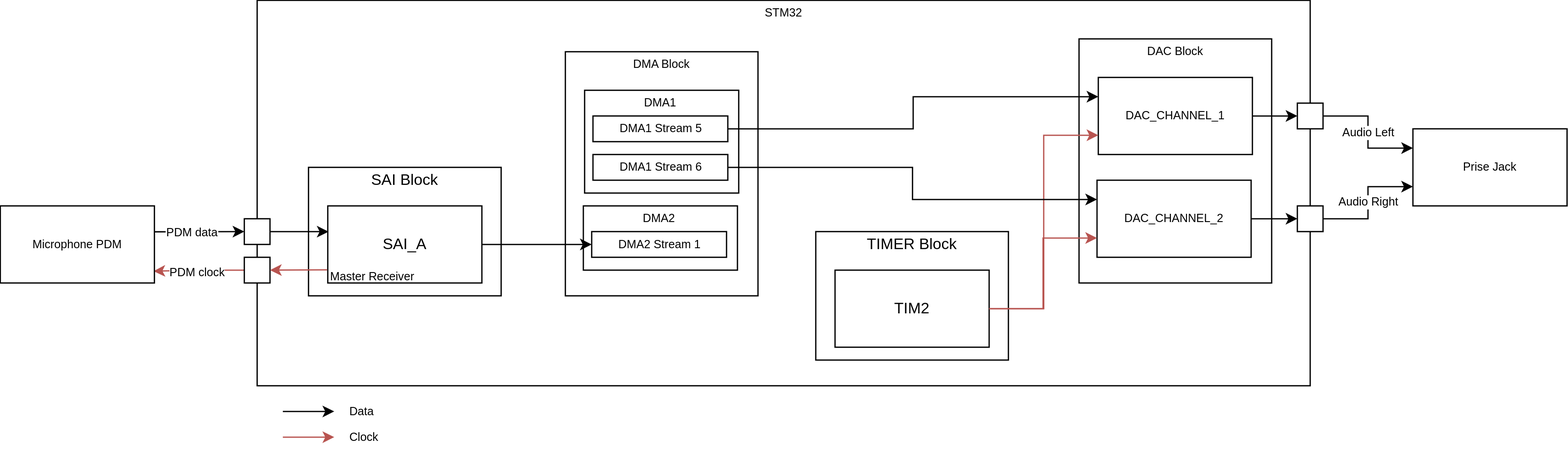
Earlier version of the draw.io export 00_Documentation/imgs/03_Embedding/direct_output/block_diagram.svg (piwithy/stm32pdm). Source tidied: cells renumbered, new cells last; positions are measured from the earlier drawing's top-left corner, leaving out a move shared by most shapes.
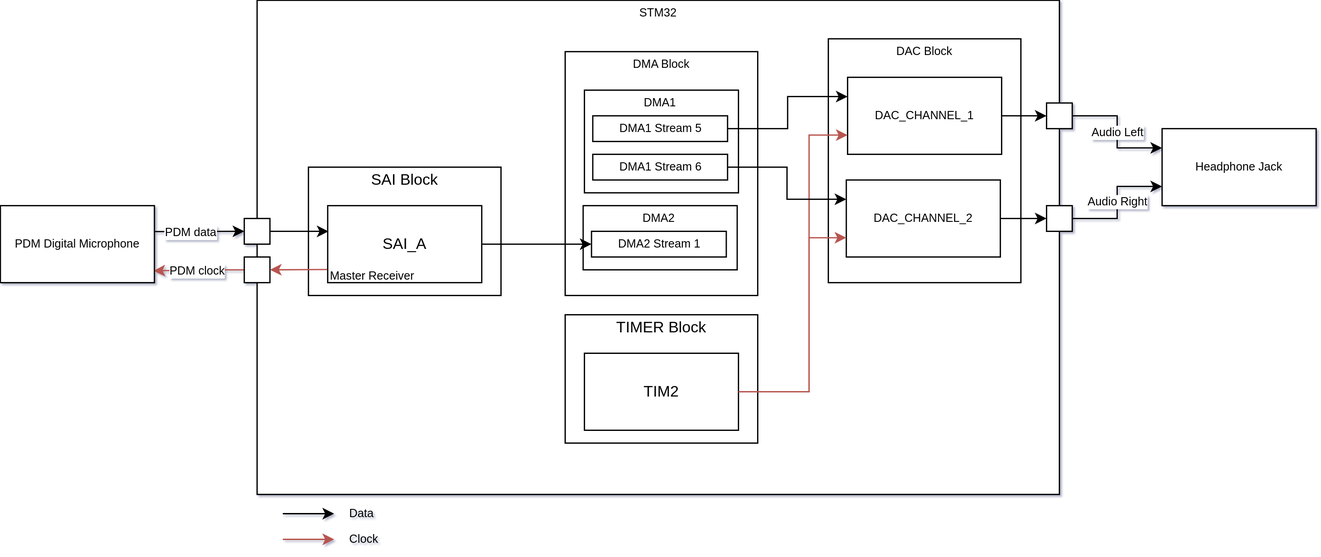
Above is the later version.

Diff of the diagram source:
```diff
@@ -2,15 +2,15 @@
   <root>
     <mxCell id="0" />
     <mxCell id="1" parent="0" />
-    <mxCell id="2" style="rounded=0;whiteSpace=wrap;html=1;fontSize=9;align=center;" parent="1" vertex="1">
-      <mxGeometry x="200" width="820" height="300" as="geometry" />
-    </mxCell>
+    <mxCell id="53" style="rounded=0;whiteSpace=wrap;html=1;fontSize=9;align=center;" parent="1" vertex="1">
+      <mxGeometry x="200" width="625" height="385" as="geometry" />
+    </mxCell>
     <mxCell id="3" style="group;" parent="1" vertex="1">
       <mxGeometry x="240" y="130" width="150" height="100" as="geometry" />
     </mxCell>
-    <mxCell id="4" style="rounded=0;whiteSpace=wrap;html=1;" parent="3" vertex="1">
-      <mxGeometry width="150" height="100" as="geometry" />
-    </mxCell>
+    <mxCell id="54" style="rounded=0;whiteSpace=wrap;html=1;" parent="3" vertex="1">
+      <mxGeometry width="150" height="100" as="geometry" />
+    </mxCell>
     <mxCell id="5" value="SAI Block" style="text;html=1;strokeColor=none;fillColor=none;align=center;verticalAlign=middle;whiteSpace=wrap;rounded=0;" parent="3" vertex="1">
       <mxGeometry width="150" height="20" as="geometry" />
     </mxCell>
@@ -20,39 +20,39 @@
     <mxCell id="7" value="Master Receiver" style="text;html=1;strokeColor=none;fillColor=none;align=left;verticalAlign=middle;whiteSpace=wrap;rounded=0;fontSize=9;" parent="3" vertex="1">
       <mxGeometry x="15" y="80" width="75" height="10" as="geometry" />
     </mxCell>
-    <mxCell id="8" style="group;" parent="1" vertex="1">
-      <mxGeometry x="840" y="30" width="150" height="190" as="geometry" />
-    </mxCell>
-    <mxCell id="9" style="rounded=0;whiteSpace=wrap;html=1;fontSize=9;align=left;" parent="8" vertex="1">
-      <mxGeometry width="150" height="190" as="geometry" />
-    </mxCell>
+    <mxCell id="55" style="group;" parent="1" vertex="1">
+      <mxGeometry x="645" y="30" width="150" height="190" as="geometry" />
+    </mxCell>
+    <mxCell id="56" style="rounded=0;whiteSpace=wrap;html=1;fontSize=9;align=left;" parent="55" vertex="1">
+      <mxGeometry width="150" height="190" as="geometry" />
+    </mxCell>
-    <mxCell id="10" value="DAC_CHANNEL_1" style="rounded=0;whiteSpace=wrap;html=1;fontSize=9;align=center;" parent="8" vertex="1">
+    <mxCell id="10" value="DAC_CHANNEL_1" style="rounded=0;whiteSpace=wrap;html=1;fontSize=9;align=center;" parent="55" vertex="1">
       <mxGeometry x="15" y="30" width="120" height="60" as="geometry" />
     </mxCell>
-    <mxCell id="11" value="DAC Block" style="text;html=1;strokeColor=none;fillColor=none;align=center;verticalAlign=middle;whiteSpace=wrap;rounded=0;fontSize=9;" parent="8" vertex="1">
+    <mxCell id="11" value="DAC Block" style="text;html=1;strokeColor=none;fillColor=none;align=center;verticalAlign=middle;whiteSpace=wrap;rounded=0;fontSize=9;" parent="55" vertex="1">
       <mxGeometry width="150" height="20" as="geometry" />
     </mxCell>
-    <mxCell id="12" value="DAC_CHANNEL_2" style="rounded=0;whiteSpace=wrap;html=1;fontSize=9;align=center;" parent="8" vertex="1">
+    <mxCell id="12" value="DAC_CHANNEL_2" style="rounded=0;whiteSpace=wrap;html=1;fontSize=9;align=center;" parent="55" vertex="1">
       <mxGeometry x="14" y="110" width="120" height="60" as="geometry" />
     </mxCell>
-    <mxCell id="13" style="group;" parent="1" vertex="1">
-      <mxGeometry x="635" y="180" width="150" height="100" as="geometry" />
-    </mxCell>
-    <mxCell id="14" style="rounded=0;whiteSpace=wrap;html=1;" parent="13" vertex="1">
-      <mxGeometry width="150" height="100" as="geometry" />
-    </mxCell>
+    <mxCell id="57" style="group;" parent="1" vertex="1">
+      <mxGeometry x="440" y="245" width="150" height="100" as="geometry" />
+    </mxCell>
+    <mxCell id="58" style="rounded=0;whiteSpace=wrap;html=1;" parent="57" vertex="1">
+      <mxGeometry width="150" height="100" as="geometry" />
+    </mxCell>
-    <mxCell id="15" value="TIMER Block" style="text;html=1;strokeColor=none;fillColor=none;align=center;verticalAlign=middle;whiteSpace=wrap;rounded=0;" parent="13" vertex="1">
+    <mxCell id="15" value="TIMER Block" style="text;html=1;strokeColor=none;fillColor=none;align=center;verticalAlign=middle;whiteSpace=wrap;rounded=0;" parent="57" vertex="1">
       <mxGeometry width="150" height="20" as="geometry" />
     </mxCell>
-    <mxCell id="16" value="TIM2" style="rounded=0;whiteSpace=wrap;html=1;" parent="13" vertex="1">
+    <mxCell id="16" value="TIM2" style="rounded=0;whiteSpace=wrap;html=1;" parent="57" vertex="1">
       <mxGeometry x="15" y="30" width="120" height="60" as="geometry" />
     </mxCell>
     <mxCell id="17" style="group;align=center;" parent="1" vertex="1">
       <mxGeometry x="440" y="40" width="150" height="200" as="geometry" />
     </mxCell>
-    <mxCell id="18" style="rounded=0;whiteSpace=wrap;html=1;fontSize=9;align=left;" parent="17" vertex="1">
-      <mxGeometry width="150" height="190" as="geometry" />
-    </mxCell>
+    <mxCell id="59" style="rounded=0;whiteSpace=wrap;html=1;fontSize=9;align=left;" parent="17" vertex="1">
+      <mxGeometry width="150" height="190" as="geometry" />
+    </mxCell>
     <mxCell id="19" style="rounded=0;whiteSpace=wrap;html=1;fontSize=9;align=center;" parent="17" vertex="1">
       <mxGeometry x="15" y="30" width="120" height="80" as="geometry" />
     </mxCell>
@@ -83,22 +83,22 @@
     <mxCell id="28" style="rounded=0;whiteSpace=wrap;html=1;fontSize=9;align=center;" parent="1" vertex="1">
       <mxGeometry x="190" y="170" width="20" height="20" as="geometry" />
     </mxCell>
-    <mxCell id="29" style="edgeStyle=orthogonalEdgeStyle;rounded=0;jettySize=auto;html=1;exitX=0;exitY=0.5;exitDx=0;exitDy=0;entryX=0.994;entryY=0.846;entryDx=0;entryDy=0;entryPerimeter=0;fontSize=9;fillColor=#f8cecc;strokeColor=#b85450;" parent="1" edge="1" source="31" target="32">
-      <mxGeometry relative="1" as="geometry" />
-    </mxCell>
+    <mxCell id="60" style="edgeStyle=orthogonalEdgeStyle;rounded=0;jettySize=auto;html=1;exitX=0;exitY=0.5;exitDx=0;exitDy=0;entryX=0.994;entryY=0.846;entryDx=0;entryDy=0;entryPerimeter=0;fontSize=9;fillColor=#f8cecc;strokeColor=#b85450;" parent="1" edge="1" source="31" target="61">
+      <mxGeometry relative="1" as="geometry" />
+    </mxCell>
-    <mxCell id="30" value="PDM clock" style="edgeLabel;html=1;align=center;verticalAlign=middle;fontSize=9;" parent="29" vertex="1">
+    <mxCell id="30" value="PDM clock" style="edgeLabel;html=1;align=center;verticalAlign=middle;fontSize=9;" parent="60" vertex="1">
       <mxGeometry x="0.08" relative="1" as="geometry" />
     </mxCell>
     <mxCell id="31" style="rounded=0;whiteSpace=wrap;html=1;fontSize=9;align=center;" parent="1" vertex="1">
       <mxGeometry x="190" y="200" width="20" height="20" as="geometry" />
     </mxCell>
-    <mxCell id="32" value="Microphone PDM" style="rounded=0;whiteSpace=wrap;html=1;fontSize=9;align=center;" parent="1" vertex="1">
-      <mxGeometry y="160" width="120" height="60" as="geometry" />
-    </mxCell>
-    <mxCell id="33" style="endArrow=classic;html=1;fontSize=9;entryX=0;entryY=0.5;entryDx=0;entryDy=0;exitX=0.999;exitY=0.336;exitDx=0;exitDy=0;exitPerimeter=0;" parent="1" edge="1" source="32" target="28">
-      <mxGeometry relative="1" as="geometry" />
-    </mxCell>
+    <mxCell id="61" value="PDM Digital Microphone" style="rounded=0;whiteSpace=wrap;html=1;fontSize=9;align=center;" parent="1" vertex="1">
+      <mxGeometry y="160" width="120" height="60" as="geometry" />
+    </mxCell>
+    <mxCell id="62" style="endArrow=classic;html=1;fontSize=9;entryX=0;entryY=0.5;entryDx=0;entryDy=0;exitX=0.999;exitY=0.336;exitDx=0;exitDy=0;exitPerimeter=0;" parent="1" edge="1" source="61" target="28">
+      <mxGeometry relative="1" as="geometry" />
+    </mxCell>
-    <mxCell id="34" value="PDM data" style="edgeLabel;html=1;align=center;verticalAlign=middle;fontSize=9;" parent="33" vertex="1">
+    <mxCell id="34" value="PDM data" style="edgeLabel;html=1;align=center;verticalAlign=middle;fontSize=9;" parent="62" vertex="1">
       <mxGeometry x="-0.21" relative="1" as="geometry" />
     </mxCell>
     <mxCell id="35" style="endArrow=classic;html=1;fontSize=9;entryX=1;entryY=0.5;entryDx=0;entryDy=0;exitX=-0.005;exitY=0.829;exitDx=0;exitDy=0;exitPerimeter=0;fillColor=#f8cecc;strokeColor=#b85450;" parent="1" edge="1" source="6" target="31">
@@ -108,58 +108,68 @@
       <mxGeometry relative="1" as="geometry" />
     </mxCell>
     <mxCell id="37" style="edgeStyle=orthogonalEdgeStyle;rounded=0;jettySize=auto;html=1;exitX=1;exitY=0.5;exitDx=0;exitDy=0;entryX=0;entryY=0.75;entryDx=0;entryDy=0;fontSize=9;fillColor=#f8cecc;strokeColor=#b85450;" parent="1" edge="1" source="16" target="10">
-      <mxGeometry relative="1" as="geometry" />
+      <mxGeometry relative="1" as="geometry">
+        <Array as="points">
+          <mxPoint x="630" y="305" />
+          <mxPoint x="630" y="105" />
+        </Array>
+      </mxGeometry>
     </mxCell>
     <mxCell id="38" style="edgeStyle=orthogonalEdgeStyle;rounded=0;jettySize=auto;html=1;exitX=1;exitY=0.5;exitDx=0;exitDy=0;entryX=0;entryY=0.75;entryDx=0;entryDy=0;fontSize=9;fillColor=#f8cecc;strokeColor=#b85450;" parent="1" edge="1" source="16" target="12">
-      <mxGeometry relative="1" as="geometry" />
+      <mxGeometry relative="1" as="geometry">
+        <Array as="points">
+          <mxPoint x="630" y="305" />
+          <mxPoint x="630" y="185" />
+        </Array>
+      </mxGeometry>
     </mxCell>
-    <mxCell id="39" value="Audio Left" style="edgeStyle=orthogonalEdgeStyle;rounded=0;jettySize=auto;html=1;exitX=1;exitY=0.5;exitDx=0;exitDy=0;entryX=0;entryY=0.25;entryDx=0;entryDy=0;fontSize=9;" parent="1" edge="1" source="40" target="46">
+    <mxCell id="39" value="Audio Left" style="edgeStyle=orthogonalEdgeStyle;rounded=0;jettySize=auto;html=1;exitX=1;exitY=0.5;exitDx=0;exitDy=0;entryX=0;entryY=0.25;entryDx=0;entryDy=0;fontSize=9;" parent="1" edge="1" source="63" target="67">
       <mxGeometry relative="1" as="geometry" />
     </mxCell>
-    <mxCell id="40" style="rounded=0;whiteSpace=wrap;html=1;fontSize=9;align=center;" parent="1" vertex="1">
-      <mxGeometry x="1010" y="80" width="20" height="20" as="geometry" />
-    </mxCell>
+    <mxCell id="63" style="rounded=0;whiteSpace=wrap;html=1;fontSize=9;align=center;" parent="1" vertex="1">
+      <mxGeometry x="815" y="80" width="20" height="20" as="geometry" />
+    </mxCell>
-    <mxCell id="41" value="Audio Right" style="edgeStyle=orthogonalEdgeStyle;rounded=0;jettySize=auto;html=1;exitX=1;exitY=0.5;exitDx=0;exitDy=0;entryX=0;entryY=0.75;entryDx=0;entryDy=0;fontSize=9;" parent="1" edge="1" source="42" target="46">
+    <mxCell id="41" value="Audio Right" style="edgeStyle=orthogonalEdgeStyle;rounded=0;jettySize=auto;html=1;exitX=1;exitY=0.5;exitDx=0;exitDy=0;entryX=0;entryY=0.75;entryDx=0;entryDy=0;fontSize=9;" parent="1" edge="1" source="64" target="67">
       <mxGeometry relative="1" as="geometry" />
     </mxCell>
-    <mxCell id="42" style="rounded=0;whiteSpace=wrap;html=1;fontSize=9;align=center;" parent="1" vertex="1">
-      <mxGeometry x="1010" y="160" width="20" height="20" as="geometry" />
-    </mxCell>
-    <mxCell id="43" style="edgeStyle=orthogonalEdgeStyle;rounded=0;jettySize=auto;html=1;exitX=1;exitY=0.5;exitDx=0;exitDy=0;entryX=0;entryY=0.5;entryDx=0;entryDy=0;fontSize=9;" parent="1" edge="1" source="12" target="42">
-      <mxGeometry relative="1" as="geometry" />
-    </mxCell>
-    <mxCell id="44" style="edgeStyle=orthogonalEdgeStyle;rounded=0;jettySize=auto;html=1;exitX=1;exitY=0.5;exitDx=0;exitDy=0;entryX=0;entryY=0.5;entryDx=0;entryDy=0;fontSize=9;" parent="1" edge="1" source="10" target="40">
-      <mxGeometry relative="1" as="geometry" />
-    </mxCell>
+    <mxCell id="64" style="rounded=0;whiteSpace=wrap;html=1;fontSize=9;align=center;" parent="1" vertex="1">
+      <mxGeometry x="815" y="160" width="20" height="20" as="geometry" />
+    </mxCell>
+    <mxCell id="65" style="edgeStyle=orthogonalEdgeStyle;rounded=0;jettySize=auto;html=1;exitX=1;exitY=0.5;exitDx=0;exitDy=0;entryX=0;entryY=0.5;entryDx=0;entryDy=0;fontSize=9;" parent="1" edge="1" source="12" target="64">
+      <mxGeometry relative="1" as="geometry" />
+    </mxCell>
+    <mxCell id="66" style="edgeStyle=orthogonalEdgeStyle;rounded=0;jettySize=auto;html=1;exitX=1;exitY=0.5;exitDx=0;exitDy=0;entryX=0;entryY=0.5;entryDx=0;entryDy=0;fontSize=9;" parent="1" edge="1" source="10" target="63">
+      <mxGeometry relative="1" as="geometry" />
+    </mxCell>
     <mxCell id="45" value="STM32" style="text;html=1;strokeColor=none;fillColor=none;align=center;verticalAlign=middle;whiteSpace=wrap;rounded=0;fontSize=9;" parent="1" vertex="1">
-      <mxGeometry x="200" width="820" height="20" as="geometry" />
+      <mxGeometry x="200" width="625" height="20" as="geometry" />
     </mxCell>
-    <mxCell id="46" value="Prise Jack" style="rounded=0;whiteSpace=wrap;html=1;fontSize=9;align=center;" parent="1" vertex="1">
-      <mxGeometry x="1100" y="100" width="120" height="60" as="geometry" />
-    </mxCell>
+    <mxCell id="67" value="Headphone Jack" style="rounded=0;whiteSpace=wrap;html=1;fontSize=9;align=center;" parent="1" vertex="1">
+      <mxGeometry x="905" y="100" width="120" height="60" as="geometry" />
+    </mxCell>
     <mxCell id="47" style="edgeStyle=orthogonalEdgeStyle;rounded=0;jettySize=auto;html=1;exitX=1;exitY=0.5;exitDx=0;exitDy=0;fontSize=9;entryX=0;entryY=0.25;entryDx=0;entryDy=0;" parent="1" edge="1" source="22" target="10">
       <mxGeometry relative="1" as="geometry" />
     </mxCell>
     <mxCell id="48" style="edgeStyle=orthogonalEdgeStyle;rounded=0;jettySize=auto;html=1;exitX=1;exitY=0.5;exitDx=0;exitDy=0;entryX=0;entryY=0.25;entryDx=0;entryDy=0;fontSize=9;" parent="1" edge="1" source="23" target="12">
       <mxGeometry relative="1" as="geometry" />
     </mxCell>
-    <mxCell id="49" style="endArrow=classic;html=1;fontSize=9;" parent="1" edge="1">
-      <mxGeometry relative="1" as="geometry">
-        <mxPoint x="220" y="320" as="sourcePoint" />
-        <mxPoint x="260" y="320" as="targetPoint" />
-      </mxGeometry>
-    </mxCell>
+    <mxCell id="68" style="endArrow=classic;html=1;fontSize=9;" parent="1" edge="1">
+      <mxGeometry relative="1" as="geometry">
+        <mxPoint x="220" y="400" as="sourcePoint" />
+        <mxPoint x="260" y="400" as="targetPoint" />
+      </mxGeometry>
+    </mxCell>
     <mxCell id="50" value="Data" style="text;html=1;strokeColor=none;fillColor=none;align=left;verticalAlign=middle;whiteSpace=wrap;rounded=0;fontSize=9;" parent="1" vertex="1">
-      <mxGeometry x="270" y="310" width="40" height="20" as="geometry" />
+      <mxGeometry x="270" y="390" width="40" height="20" as="geometry" />
     </mxCell>
-    <mxCell id="51" style="endArrow=classic;html=1;fontSize=9;fillColor=#f8cecc;strokeColor=#b85450;" parent="1" edge="1">
-      <mxGeometry relative="1" as="geometry">
-        <mxPoint x="220" y="340" as="sourcePoint" />
-        <mxPoint x="260" y="340" as="targetPoint" />
-      </mxGeometry>
-    </mxCell>
+    <mxCell id="69" style="endArrow=classic;html=1;fontSize=9;fillColor=#f8cecc;strokeColor=#b85450;" parent="1" edge="1">
+      <mxGeometry relative="1" as="geometry">
+        <mxPoint x="220" y="420" as="sourcePoint" />
+        <mxPoint x="260" y="420" as="targetPoint" />
+      </mxGeometry>
+    </mxCell>
     <mxCell id="52" value="Clock" style="text;html=1;strokeColor=none;fillColor=none;align=left;verticalAlign=middle;whiteSpace=wrap;rounded=0;fontSize=9;" parent="1" vertex="1">
-      <mxGeometry x="270" y="330" width="40" height="20" as="geometry" />
+      <mxGeometry x="270" y="410" width="40" height="20" as="geometry" />
     </mxCell>
   </root>
 </mxGraphModel>
```
